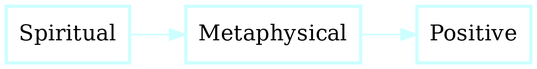
Above: graphs/The_Three_Stages.png in julianfl0w/Deism (Graphviz), before the change. Its source is kept beside it as graphs/The_Three_Stages.dot.
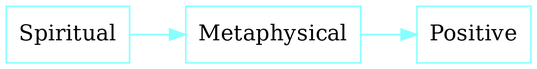
After the commit.

What changed in the source:
```diff
@@ -6,9 +6,9 @@
 bgcolor = white
 gradientangle = 0
 dpi = 300
-"cluster_86" [rankdir=TB, shape=box, penwidth=2, color="#ccffff", fontcolor=black, fillcolor=white, style=filled, gradientangle=270.05, label="Spiritual"]
-"cluster_87" [rankdir=TB, shape=box, penwidth=2, color="#ccffff", fontcolor=black, fillcolor=white, style=filled, gradientangle=270.05, label="Metaphysical"]
-"cluster_88" [rankdir=TB, shape=box, penwidth=2, color="#ccffff", fontcolor=black, fillcolor=white, style=filled, gradientangle=270.05, label="Positive"]
-"cluster_87" -> "cluster_88" [color="#ccffff", penwidth=1, ltail="cluster_87", lhead="cluster_88"]
-"cluster_86" -> "cluster_87" [color="#ccffff", penwidth=1, ltail="cluster_87", lhead="cluster_88"]
+"cluster_86" [rankdir=TB, shape=box, penwidth=1, color="#88ffff", fontcolor=black, fillcolor=white, style=filled, gradientangle=270.05, label="Spiritual"]
+"cluster_87" [rankdir=TB, shape=box, penwidth=1, color="#88ffff", fontcolor=black, fillcolor=white, style=filled, gradientangle=270.05, label="Metaphysical"]
+"cluster_88" [rankdir=TB, shape=box, penwidth=1, color="#88ffff", fontcolor=black, fillcolor=white, style=filled, gradientangle=270.05, label="Positive"]
+"cluster_87" -> "cluster_88" [color="#88ffff", penwidth=1, ltail="cluster_87", lhead="cluster_88"]
+"cluster_86" -> "cluster_87" [color="#88ffff", penwidth=1, ltail="cluster_87", lhead="cluster_88"]
 }
```
